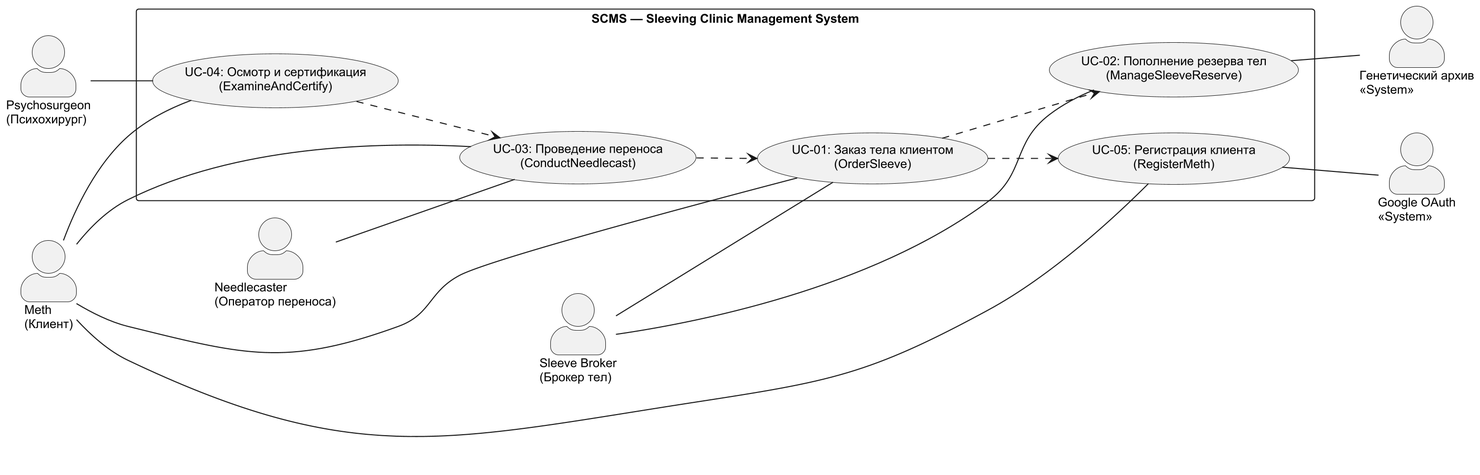
Before: use-case-diagrams/uc00-Overview.png, a diagram exported from PlantUML (ErnandesDaniel/modified-carbon).
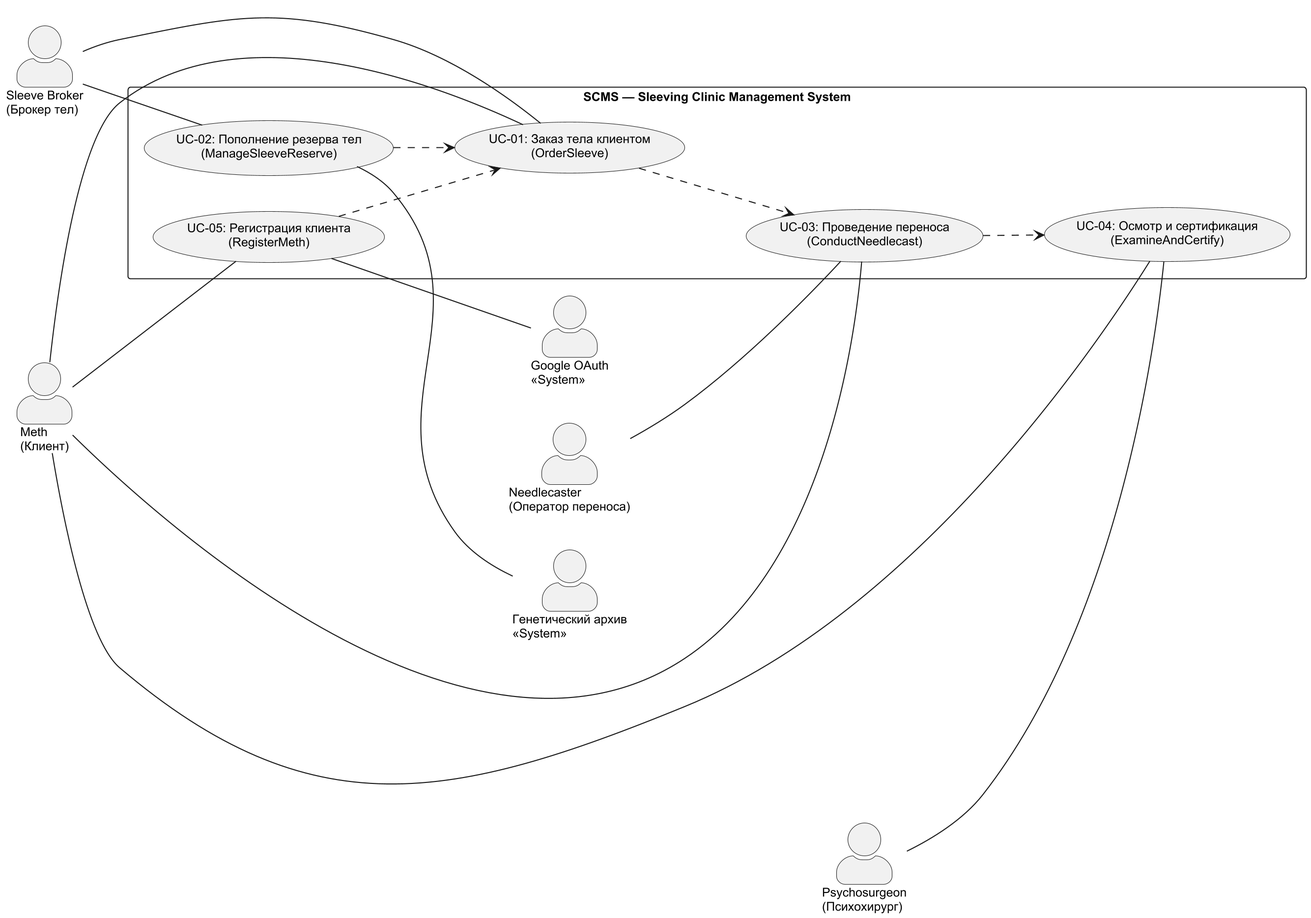
The same diagram one commit later.

Commit message:
правки общей диаграммы

Diff of the diagram source:
```diff
@@ -18,14 +18,16 @@
 rectangle "SCMS — Sleeving Clinic Management System" as SCMS {
   usecase "UC-05: Регистрация клиента\n(RegisterMeth)" as UC05
   usecase "UC-02: Пополнение резерва тел\n(ManageSleeveReserve)" as UC02
+
   usecase "UC-01: Заказ тела клиентом\n(OrderSleeve)" as UC01
+
   usecase "UC-03: Проведение переноса\n(ConductNeedlecast)" as UC03
   usecase "UC-04: Осмотр и сертификация\n(ExamineAndCertify)" as UC04
 
-  UC01 ..> UC05
-  UC01 ..> UC02
-  UC03 ..> UC01
-  UC04 ..> UC03
+  UC05 ..> UC01
+  UC02 ..> UC01
+  UC01 ..> UC03
+  UC03 ..> UC04
 }
 
 METH -- UC05
```
